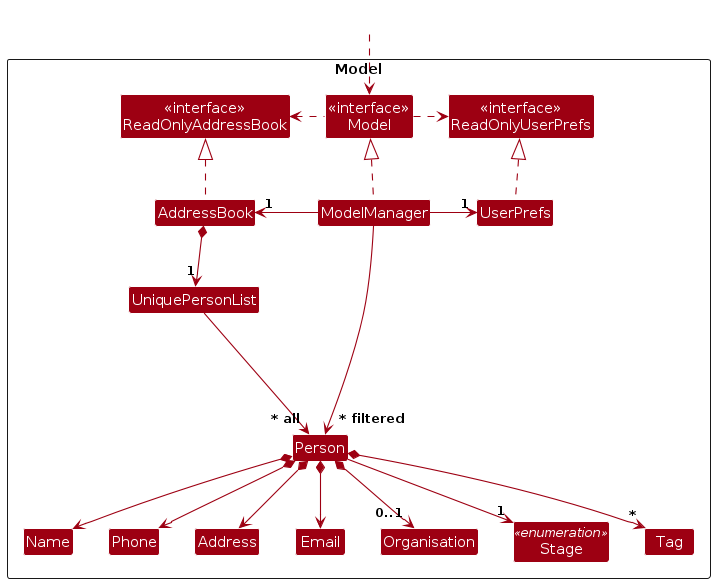
This is diagrams/ModelClassDiagram.png from AY2627S1-CS2103T-T14-2/tp, a PlantUML export, as it was before one commit. Its source is kept beside it as diagrams/ModelClassDiagram.puml.
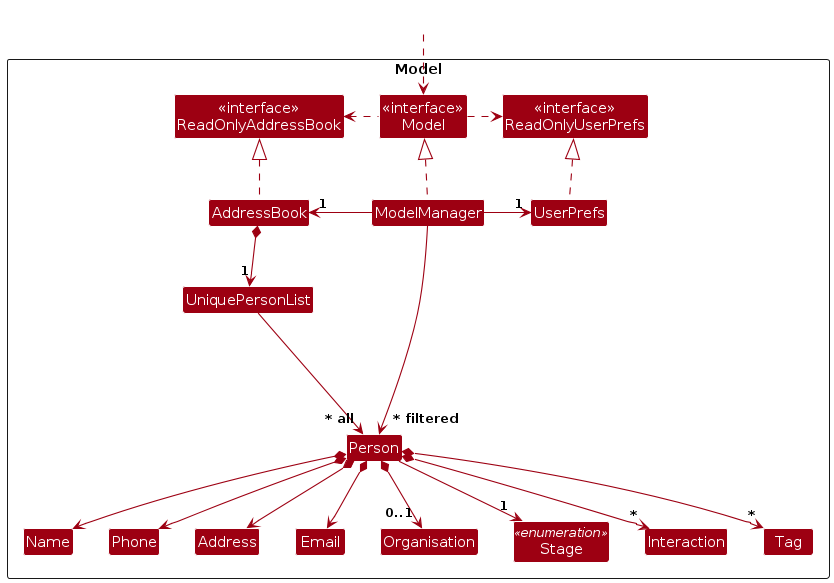
Later version of the same file.

Diff of the diagram source:
```diff
@@ -20,6 +20,7 @@
 Class Phone
 Class Organisation
 Class Stage <<enumeration>>
+Class Interaction
 Class Tag
 
 Class I #FFFFFF
@@ -45,6 +46,7 @@
 Person *--> Address
 Person *--> "0..1" Organisation
 Person --> "1" Stage
+Person *--> "*" Interaction
 Person *--> "*" Tag
 
 Person -[hidden]up--> I
```
